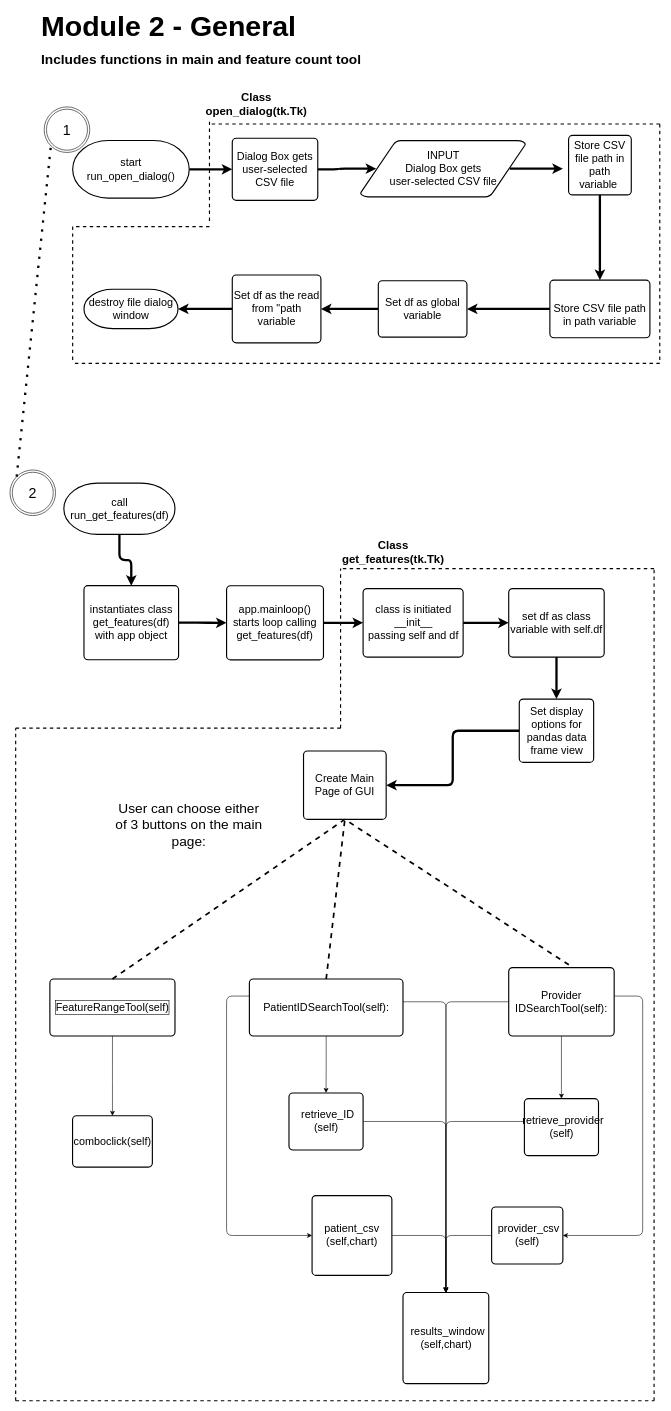
Above: Untitled Diagram.drawio in ladri8/COVID19_AHA (draw.io), before the change. Source tidied: cells renumbered, new cells numbered last; positions are measured from the earlier drawing's top-left corner, leaving out a move shared by most shapes. Both pictures are drawn from the tidied source at 57%, with x=0, y=0 at pixel (10, 15).
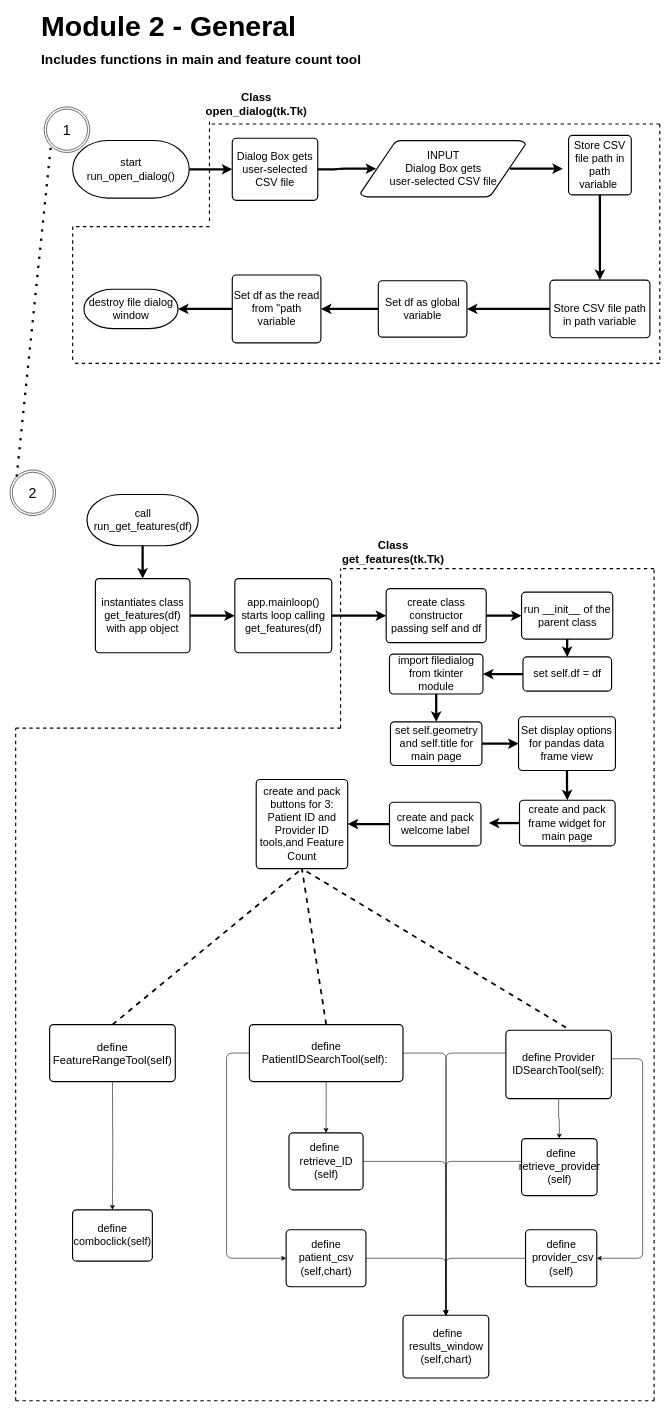
The same diagram, later.

The edit, as a diff of the source:
```diff
@@
     <mxCell id="8" value="&lt;div style=&quot;font-size: 19px;&quot;&gt;call &lt;br style=&quot;font-size: 19px;&quot;&gt;&lt;/div&gt;run_get_features(df) " style="shape=mxgraph.flowchart.terminator;strokeWidth=2;gradientDirection=north;fontStyle=0;html=1;fontSize=19;rounded=1;" parent="1" vertex="1">
-      <mxGeometry x="94.5" y="820" width="195" height="90" as="geometry" />
+      <mxGeometry x="135.2" y="840" width="195" height="90" as="geometry" />
     </mxCell>
@@
     <mxCell id="10" value="instantiates class get_features(df) with app object " style="whiteSpace=wrap;html=1;absoluteArcSize=1;arcSize=14;strokeWidth=2;fontSize=19;rounded=1;" parent="1" vertex="1">
-      <mxGeometry x="129.8" y="1000" width="166" height="130" as="geometry" />
+      <mxGeometry x="149.8" y="987.6" width="166" height="130" as="geometry" />
     </mxCell>
@@
     <mxCell id="14" value="&lt;div style=&quot;font-size: 19px;&quot;&gt;app.mainloop() starts loop calling &lt;br style=&quot;font-size: 19px;&quot;&gt;&lt;/div&gt;&lt;div style=&quot;font-size: 19px;&quot;&gt;get_features(df) &lt;br style=&quot;font-size: 19px;&quot;&gt;&lt;/div&gt;" style="whiteSpace=wrap;html=1;absoluteArcSize=1;arcSize=14;strokeWidth=2;fontSize=19;rounded=1;" parent="1" vertex="1">
-      <mxGeometry x="380" y="1000.2" width="170" height="130" as="geometry" />
+      <mxGeometry x="394.5" y="987.6" width="170" height="130" as="geometry" />
     </mxCell>
-    <mxCell id="15" style="edgeStyle=orthogonalEdgeStyle;jettySize=auto;html=1;entryX=0;entryY=0.5;entryDx=0;entryDy=0;strokeWidth=4;" parent="1" edge="1" source="16" target="18">
+    <mxCell id="15" style="edgeStyle=orthogonalEdgeStyle;curved=0;rounded=1;sketch=0;jettySize=auto;html=1;strokeWidth=4;fontSize=20;" parent="1" edge="1" source="16" target="18">
       <mxGeometry relative="1" as="geometry" />
     </mxCell>
-    <mxCell id="16" value="&lt;div style=&quot;font-size: 19px;&quot;&gt;class is initiated &lt;br style=&quot;font-size: 19px;&quot;&gt;&lt;/div&gt;&lt;div style=&quot;font-size: 19px;&quot;&gt;__init__ &lt;br style=&quot;font-size: 19px;&quot;&gt;&lt;/div&gt;passing self and df" style="whiteSpace=wrap;html=1;absoluteArcSize=1;arcSize=14;strokeWidth=2;fontSize=19;rounded=1;" parent="1" vertex="1">
-      <mxGeometry x="619.5" y="1005.1" width="175.5" height="120.2" as="geometry" />
+    <mxCell id="16" value="&lt;div style=&quot;font-size: 19px&quot;&gt;create class constructor&lt;br style=&quot;font-size: 19px&quot;&gt;&lt;/div&gt;passing self and df" style="whiteSpace=wrap;html=1;absoluteArcSize=1;arcSize=14;strokeWidth=2;fontSize=19;rounded=1;" parent="1" vertex="1">
+      <mxGeometry x="660" y="1005.1" width="175.5" height="94.9" as="geometry" />
     </mxCell>
-    <mxCell id="17" style="edgeStyle=orthogonalEdgeStyle;curved=0;rounded=1;sketch=0;jettySize=auto;html=1;entryX=0.5;entryY=0;entryDx=0;entryDy=0;strokeWidth=4;" parent="1" edge="1" source="18" target="20">
-      <mxGeometry relative="1" as="geometry" />
-    </mxCell>
+    <mxCell id="72" style="edgeStyle=orthogonalEdgeStyle;curved=0;rounded=1;sketch=0;jettySize=auto;html=1;entryX=0.5;entryY=0;entryDx=0;entryDy=0;strokeWidth=4;fontSize=20;" parent="1" edge="1" source="18" target="75">
+      <mxGeometry relative="1" as="geometry" />
+    </mxCell>
-    <mxCell id="18" value="&lt;div style=&quot;font-size: 19px;&quot;&gt;set df as class variable with self.df &lt;br style=&quot;font-size: 19px;&quot;&gt;&lt;/div&gt;" style="whiteSpace=wrap;html=1;absoluteArcSize=1;arcSize=14;strokeWidth=2;fontSize=19;rounded=1;" parent="1" vertex="1">
-      <mxGeometry x="875" y="1005.1" width="167.5" height="120.2" as="geometry" />
+    <mxCell id="18" value="run __init__ of the parent class " style="whiteSpace=wrap;html=1;absoluteArcSize=1;arcSize=14;strokeWidth=2;fontSize=19;rounded=1;" parent="1" vertex="1">
+      <mxGeometry x="897.5" y="1011.4" width="160" height="82.3" as="geometry" />
     </mxCell>
-    <mxCell id="19" style="edgeStyle=orthogonalEdgeStyle;curved=0;rounded=1;sketch=0;jettySize=auto;html=1;entryX=1;entryY=0.5;entryDx=0;entryDy=0;fontSize=20;strokeWidth=4;" parent="1" edge="1" source="20" target="21">
-      <mxGeometry relative="1" as="geometry" />
-    </mxCell>
+    <mxCell id="73" style="edgeStyle=orthogonalEdgeStyle;curved=0;rounded=1;sketch=0;jettySize=auto;html=1;entryX=0.5;entryY=0;entryDx=0;entryDy=0;strokeWidth=4;fontSize=20;" parent="1" edge="1" source="20" target="81">
+      <mxGeometry relative="1" as="geometry" />
+    </mxCell>
     <mxCell id="20" value="Set display options for pandas data frame view" style="whiteSpace=wrap;html=1;absoluteArcSize=1;arcSize=14;strokeWidth=2;fontSize=19;rounded=1;" parent="1" vertex="1">
-      <mxGeometry x="893.5" y="1199" width="130.5" height="111" as="geometry" />
+      <mxGeometry x="892.2" y="1230" width="170" height="94.2" as="geometry" />
     </mxCell>
-    <mxCell id="21" value="Create Main Page of GUI " style="whiteSpace=wrap;html=1;absoluteArcSize=1;arcSize=14;strokeWidth=2;fontSize=19;rounded=1;" parent="1" vertex="1">
-      <mxGeometry x="515" y="1290" width="145" height="120" as="geometry" />
-    </mxCell>
     <mxCell id="22" style="edgeStyle=orthogonalEdgeStyle;jettySize=auto;html=1;entryX=1;entryY=0.5;entryDx=0;entryDy=0;" parent="1" edge="1" source="25" target="53">
       <mxGeometry relative="1" as="geometry">
         <Array as="points">
-          <mxPoint x="1110" y="1720" />
-          <mxPoint x="1110" y="2140" />
+          <mxPoint x="1110" y="1830" />
+          <mxPoint x="1110" y="2180" />
         </Array>
       </mxGeometry>
     </mxCell>
     <mxCell id="23" style="edgeStyle=orthogonalEdgeStyle;jettySize=auto;html=1;fontSize=24;" parent="1" edge="1" source="25" target="49">
-      <mxGeometry relative="1" as="geometry" />
+      <mxGeometry relative="1" as="geometry">
+        <Array as="points">
+          <mxPoint x="765" y="1820" />
+        </Array>
+      </mxGeometry>
     </mxCell>
@@
-    <mxCell id="25" value="Provider IDSearchTool(self):" style="whiteSpace=wrap;html=1;absoluteArcSize=1;arcSize=14;strokeWidth=2;fontFamily=Helvetica;fontSize=19;rounded=1;" parent="1" vertex="1">
-      <mxGeometry x="875" y="1670" width="185" height="120" as="geometry" />
+    <mxCell id="25" value="define Provider IDSearchTool(self):" style="whiteSpace=wrap;html=1;absoluteArcSize=1;arcSize=14;strokeWidth=2;fontFamily=Helvetica;fontSize=19;rounded=1;" parent="1" vertex="1">
+      <mxGeometry x="870" y="1780" width="185" height="120" as="geometry" />
     </mxCell>
     <mxCell id="26" style="edgeStyle=orthogonalEdgeStyle;jettySize=auto;html=1;fontSize=24;" parent="1" edge="1" source="29" target="49">
       <mxGeometry relative="1" as="geometry">
         <Array as="points">
-          <mxPoint x="765" y="1730" />
+          <mxPoint x="765" y="1820" />
         </Array>
       </mxGeometry>
     </mxCell>
     <mxCell id="27" style="edgeStyle=orthogonalEdgeStyle;jettySize=auto;html=1;entryX=0;entryY=0.5;entryDx=0;entryDy=0;fontSize=24;" parent="1" edge="1" source="29" target="51">
       <mxGeometry relative="1" as="geometry">
         <Array as="points">
-          <mxPoint x="380" y="1720" />
-          <mxPoint x="380" y="2140" />
+          <mxPoint x="380" y="1820" />
+          <mxPoint x="380" y="2180" />
         </Array>
       </mxGeometry>
     </mxCell>
@@
-    <mxCell id="29" value="&amp;nbsp;PatientIDSearchTool(self):&amp;nbsp; " style="whiteSpace=wrap;html=1;absoluteArcSize=1;arcSize=14;strokeWidth=2;fontFamily=Helvetica;fontSize=19;rounded=1;" parent="1" vertex="1">
-      <mxGeometry x="420" y="1690" width="269.5" height="100" as="geometry" />
+    <mxCell id="29" value="define PatientIDSearchTool(self):&amp;nbsp; " style="whiteSpace=wrap;html=1;absoluteArcSize=1;arcSize=14;strokeWidth=2;fontFamily=Helvetica;fontSize=19;rounded=1;" parent="1" vertex="1">
+      <mxGeometry x="420" y="1770" width="269.5" height="100" as="geometry" />
     </mxCell>
-    <mxCell id="30" style="edgeStyle=orthogonalEdgeStyle;jettySize=auto;html=1;entryX=0.5;entryY=0;entryDx=0;entryDy=0;fontSize=24;" parent="1" edge="1" source="31" target="55">
-      <mxGeometry relative="1" as="geometry" />
+    <mxCell id="30" style="edgeStyle=orthogonalEdgeStyle;jettySize=auto;html=1;entryX=0.5;entryY=0;entryDx=0;entryDy=0;fontSize=24;" parent="1" edge="1" target="55">
+      <mxGeometry relative="1" as="geometry">
+        <mxPoint x="179.8" y="1870" as="sourcePoint" />
+      </mxGeometry>
     </mxCell>
-    <mxCell id="31" value="FeatureRangeTool(self)" style="whiteSpace=wrap;html=1;absoluteArcSize=1;arcSize=14;strokeWidth=2;fontFamily=Helvetica;fontSize=19;rounded=1;labelBorderColor=#000000;" parent="1" vertex="1">
-      <mxGeometry x="70" y="1690" width="219.5" height="100" as="geometry" />
-    </mxCell>
-    <mxCell id="32" style="endArrow=none;dashed=1;html=1;exitX=0.5;exitY=0;exitDx=0;exitDy=0;entryX=0.5;entryY=1;entryDx=0;entryDy=0;strokeWidth=3;" parent="1" edge="1" source="31" target="21">
-      <mxGeometry relative="1" as="geometry" />
+    <mxCell id="32" style="endArrow=none;dashed=1;html=1;exitX=0.5;exitY=0;exitDx=0;exitDy=0;entryX=0.5;entryY=1;entryDx=0;entryDy=0;strokeWidth=3;" parent="1" edge="1" target="84">
+      <mxGeometry relative="1" as="geometry">
+        <mxPoint x="179.8" y="1770" as="sourcePoint" />
+      </mxGeometry>
     </mxCell>
-    <mxCell id="33" style="endArrow=none;dashed=1;html=1;entryX=0.5;entryY=1;entryDx=0;entryDy=0;exitX=0.5;exitY=0;exitDx=0;exitDy=0;strokeWidth=3;" parent="1" edge="1" source="29" target="21">
+    <mxCell id="33" style="endArrow=none;dashed=1;html=1;entryX=0.5;entryY=1;entryDx=0;entryDy=0;exitX=0.5;exitY=0;exitDx=0;exitDy=0;strokeWidth=3;" parent="1" edge="1" source="29" target="84">
       <mxGeometry relative="1" as="geometry" />
     </mxCell>
-    <mxCell id="34" style="endArrow=none;dashed=1;html=1;exitX=0.57;exitY=-0.04;exitDx=0;exitDy=0;exitPerimeter=0;entryX=0.5;entryY=1;entryDx=0;entryDy=0;strokeWidth=3;" parent="1" edge="1" source="25" target="21">
+    <mxCell id="34" style="endArrow=none;dashed=1;html=1;exitX=0.57;exitY=-0.04;exitDx=0;exitDy=0;exitPerimeter=0;entryX=0.5;entryY=1;entryDx=0;entryDy=0;strokeWidth=3;" parent="1" edge="1" source="25" target="84">
       <mxGeometry relative="1" as="geometry" />
     </mxCell>
@@
-    <mxCell id="46" value="&lt;div&gt;&amp;nbsp;retrieve_ID&lt;/div&gt;&lt;div&gt;(self)&lt;/div&gt;" style="whiteSpace=wrap;html=1;absoluteArcSize=1;arcSize=14;strokeWidth=2;fontFamily=Helvetica;fontSize=19;rounded=1;" parent="1" vertex="1">
-      <mxGeometry x="489.5" y="1890" width="130" height="100" as="geometry" />
+    <mxCell id="46" value="&lt;div&gt;define&amp;nbsp; retrieve_ID&lt;/div&gt;&lt;div&gt;(self)&lt;/div&gt;" style="whiteSpace=wrap;html=1;absoluteArcSize=1;arcSize=14;strokeWidth=2;fontFamily=Helvetica;fontSize=19;rounded=1;" parent="1" vertex="1">
+      <mxGeometry x="489.5" y="1960" width="130" height="100" as="geometry" />
     </mxCell>
     <mxCell id="47" style="edgeStyle=orthogonalEdgeStyle;jettySize=auto;html=1;entryX=0.5;entryY=0;entryDx=0;entryDy=0;fontSize=24;" parent="1" edge="1" source="48" target="49">
       <mxGeometry relative="1" as="geometry">
         <Array as="points">
-          <mxPoint x="764" y="1940" />
+          <mxPoint x="963" y="2010" />
+          <mxPoint x="765" y="2010" />
         </Array>
       </mxGeometry>
     </mxCell>
-    <mxCell id="48" value="&lt;div&gt;&amp;nbsp;retrieve_provider&lt;/div&gt;&lt;div&gt;(self)&lt;/div&gt;" style="whiteSpace=wrap;html=1;absoluteArcSize=1;arcSize=14;strokeWidth=2;fontFamily=Helvetica;fontSize=19;rounded=1;" parent="1" vertex="1">
-      <mxGeometry x="902.5" y="1900" width="130" height="100" as="geometry" />
+    <mxCell id="48" value="&lt;div&gt;&amp;nbsp;define retrieve_provider&lt;/div&gt;&lt;div&gt;(self)&lt;/div&gt;" style="whiteSpace=wrap;html=1;absoluteArcSize=1;arcSize=14;strokeWidth=2;fontFamily=Helvetica;fontSize=19;rounded=1;" parent="1" vertex="1">
+      <mxGeometry x="897.5" y="1970" width="132.5" height="100" as="geometry" />
     </mxCell>
-    <mxCell id="49" value="&lt;div&gt;&amp;nbsp;results_window&lt;/div&gt;&lt;div&gt;(self,chart)&lt;/div&gt;" style="whiteSpace=wrap;html=1;absoluteArcSize=1;arcSize=14;strokeWidth=2;fontFamily=Helvetica;fontSize=19;rounded=1;" parent="1" vertex="1">
-      <mxGeometry x="689.5" y="2240" width="150.5" height="160" as="geometry" />
+    <mxCell id="49" value="&lt;div&gt;&amp;nbsp;define results_window&lt;/div&gt;&lt;div&gt;(self,chart)&lt;/div&gt;" style="whiteSpace=wrap;html=1;absoluteArcSize=1;arcSize=14;strokeWidth=2;fontFamily=Helvetica;fontSize=19;rounded=1;" parent="1" vertex="1">
+      <mxGeometry x="689.5" y="2280" width="150.5" height="110" as="geometry" />
     </mxCell>
@@
-    <mxCell id="51" value="&lt;div&gt;patient_csv&lt;/div&gt;&lt;div&gt;(self,chart)&lt;/div&gt;" style="whiteSpace=wrap;html=1;absoluteArcSize=1;arcSize=14;strokeWidth=2;fontFamily=Helvetica;fontSize=19;rounded=1;" parent="1" vertex="1">
-      <mxGeometry x="530" y="2070" width="140" height="140" as="geometry" />
+    <mxCell id="51" value="&lt;div&gt;define patient_csv&lt;/div&gt;&lt;div&gt;(self,chart)&lt;/div&gt;" style="whiteSpace=wrap;html=1;absoluteArcSize=1;arcSize=14;strokeWidth=2;fontFamily=Helvetica;fontSize=19;rounded=1;" parent="1" vertex="1">
+      <mxGeometry x="484.5" y="2130" width="140" height="100" as="geometry" />
     </mxCell>
     <mxCell id="52" style="edgeStyle=orthogonalEdgeStyle;jettySize=auto;html=1;entryX=0.5;entryY=0;entryDx=0;entryDy=0;fontSize=24;" parent="1" edge="1" source="53" target="49">
-      <mxGeometry relative="1" as="geometry" />
+      <mxGeometry relative="1" as="geometry">
+        <Array as="points">
+          <mxPoint x="765" y="2180" />
+        </Array>
+      </mxGeometry>
     </mxCell>
-    <mxCell id="53" value="&lt;div&gt;&amp;nbsp;provider_csv&lt;/div&gt;&lt;div&gt;(self)&lt;/div&gt;" style="whiteSpace=wrap;html=1;absoluteArcSize=1;arcSize=14;strokeWidth=2;fontFamily=Helvetica;fontSize=19;rounded=1;" parent="1" vertex="1">
-      <mxGeometry x="845" y="2090" width="125" height="100" as="geometry" />
+    <mxCell id="53" value="define&lt;br&gt;&lt;div&gt;&amp;nbsp;provider_csv&lt;/div&gt;&lt;div&gt;(self)&lt;/div&gt;" style="whiteSpace=wrap;html=1;absoluteArcSize=1;arcSize=14;strokeWidth=2;fontFamily=Helvetica;fontSize=19;rounded=1;" parent="1" vertex="1">
+      <mxGeometry x="904.5" y="2130" width="125" height="100" as="geometry" />
     </mxCell>
-    <mxCell id="54" value="User can choose either of 3 buttons on the main page: " style="text;html=1;strokeColor=none;fillColor=none;align=center;verticalAlign=middle;whiteSpace=wrap;fontSize=24;rounded=1;" parent="1" vertex="1">
-      <mxGeometry x="180" y="1410" width="268" height="20" as="geometry" />
-    </mxCell>
-    <mxCell id="55" value="comboclick(self)" style="whiteSpace=wrap;html=1;absoluteArcSize=1;arcSize=14;strokeWidth=2;fontFamily=Helvetica;fontSize=19;rounded=1;" parent="1" vertex="1">
-      <mxGeometry x="109.8" y="1930" width="140" height="90" as="geometry" />
+    <mxCell id="55" value="&lt;div&gt;define&lt;/div&gt;&lt;div&gt;comboclick(self)&lt;/div&gt;" style="whiteSpace=wrap;html=1;absoluteArcSize=1;arcSize=14;strokeWidth=2;fontFamily=Helvetica;fontSize=19;rounded=1;" parent="1" vertex="1">
+      <mxGeometry x="109.8" y="2095" width="140" height="90" as="geometry" />
     </mxCell>
@@
+    <mxCell id="74" style="edgeStyle=orthogonalEdgeStyle;curved=0;rounded=1;sketch=0;jettySize=auto;html=1;entryX=1;entryY=0.5;entryDx=0;entryDy=0;strokeWidth=4;fontSize=20;" parent="1" edge="1" source="75" target="79">
+      <mxGeometry relative="1" as="geometry" />
+    </mxCell>
+    <mxCell id="75" value="set self.df = df" style="whiteSpace=wrap;html=1;absoluteArcSize=1;arcSize=14;strokeWidth=2;fontSize=19;rounded=1;" parent="1" vertex="1">
+      <mxGeometry x="900" y="1125" width="155.5" height="60" as="geometry" />
+    </mxCell>
+    <mxCell id="76" style="edgeStyle=orthogonalEdgeStyle;curved=0;rounded=1;sketch=0;jettySize=auto;html=1;entryX=0;entryY=0.5;entryDx=0;entryDy=0;strokeWidth=4;fontSize=20;" parent="1" edge="1" source="77" target="20">
+      <mxGeometry relative="1" as="geometry" />
+    </mxCell>
+    <mxCell id="77" value="set self.geometry and self.title for main page" style="whiteSpace=wrap;html=1;absoluteArcSize=1;arcSize=14;strokeWidth=2;fontSize=19;rounded=1;" parent="1" vertex="1">
+      <mxGeometry x="667.5" y="1238.9" width="160.5" height="76.5" as="geometry" />
+    </mxCell>
+    <mxCell id="78" style="edgeStyle=orthogonalEdgeStyle;curved=0;rounded=1;sketch=0;jettySize=auto;html=1;entryX=0.5;entryY=0;entryDx=0;entryDy=0;strokeWidth=4;fontSize=20;" parent="1" edge="1" source="79" target="77">
+      <mxGeometry relative="1" as="geometry" />
+    </mxCell>
+    <mxCell id="79" value="import filedialog from tkinter module" style="whiteSpace=wrap;html=1;absoluteArcSize=1;arcSize=14;strokeWidth=2;fontSize=19;rounded=1;" parent="1" vertex="1">
+      <mxGeometry x="665.8" y="1120" width="164" height="70" as="geometry" />
+    </mxCell>
+    <mxCell id="80" style="edgeStyle=orthogonalEdgeStyle;curved=0;rounded=1;sketch=0;jettySize=auto;html=1;strokeWidth=4;fontSize=20;" parent="1" edge="1" source="81">
+      <mxGeometry relative="1" as="geometry">
+        <mxPoint x="840" y="1416.5" as="targetPoint" />
+      </mxGeometry>
+    </mxCell>
+    <mxCell id="81" value="&lt;div&gt;&lt;br&gt;&lt;/div&gt;&lt;div&gt;create and pack frame widget for main page&lt;/div&gt;&lt;div&gt;&lt;br&gt;&lt;/div&gt;" style="whiteSpace=wrap;html=1;absoluteArcSize=1;arcSize=14;strokeWidth=2;fontSize=19;rounded=1;" parent="1" vertex="1">
+      <mxGeometry x="893.9" y="1376.5" width="167.8" height="80" as="geometry" />
+    </mxCell>
+    <mxCell id="82" style="edgeStyle=orthogonalEdgeStyle;curved=0;rounded=1;sketch=0;jettySize=auto;html=1;entryX=1;entryY=0.5;entryDx=0;entryDy=0;strokeWidth=4;fontSize=20;" parent="1" edge="1" source="83" target="84">
+      <mxGeometry relative="1" as="geometry" />
+    </mxCell>
+    <mxCell id="83" value="&lt;div&gt;&lt;br&gt;&lt;/div&gt;&lt;div&gt;create and pack welcome label&lt;br&gt;&lt;/div&gt;&lt;div&gt;&lt;br&gt;&lt;/div&gt;" style="whiteSpace=wrap;html=1;absoluteArcSize=1;arcSize=14;strokeWidth=2;fontSize=19;rounded=1;" parent="1" vertex="1">
+      <mxGeometry x="665.8" y="1380" width="160.5" height="76.5" as="geometry" />
+    </mxCell>
+    <mxCell id="84" value="create and pack buttons for 3: Patient ID and Provider ID tools,and Feature Count " style="whiteSpace=wrap;html=1;absoluteArcSize=1;arcSize=14;strokeWidth=2;fontSize=19;rounded=1;" parent="1" vertex="1">
+      <mxGeometry x="432" y="1340" width="160.5" height="156.5" as="geometry" />
+    </mxCell>
+    <mxCell id="85" value="&lt;div&gt;define&lt;br&gt;&lt;/div&gt;&lt;div&gt;FeatureRangeTool(self)&lt;/div&gt;" style="rounded=1;whiteSpace=wrap;html=1;absoluteArcSize=1;arcSize=14;strokeWidth=2;sketch=0;fontSize=20;" parent="1" vertex="1">
+      <mxGeometry x="69.6" y="1770" width="220.4" height="100" as="geometry" />
+    </mxCell>
```
